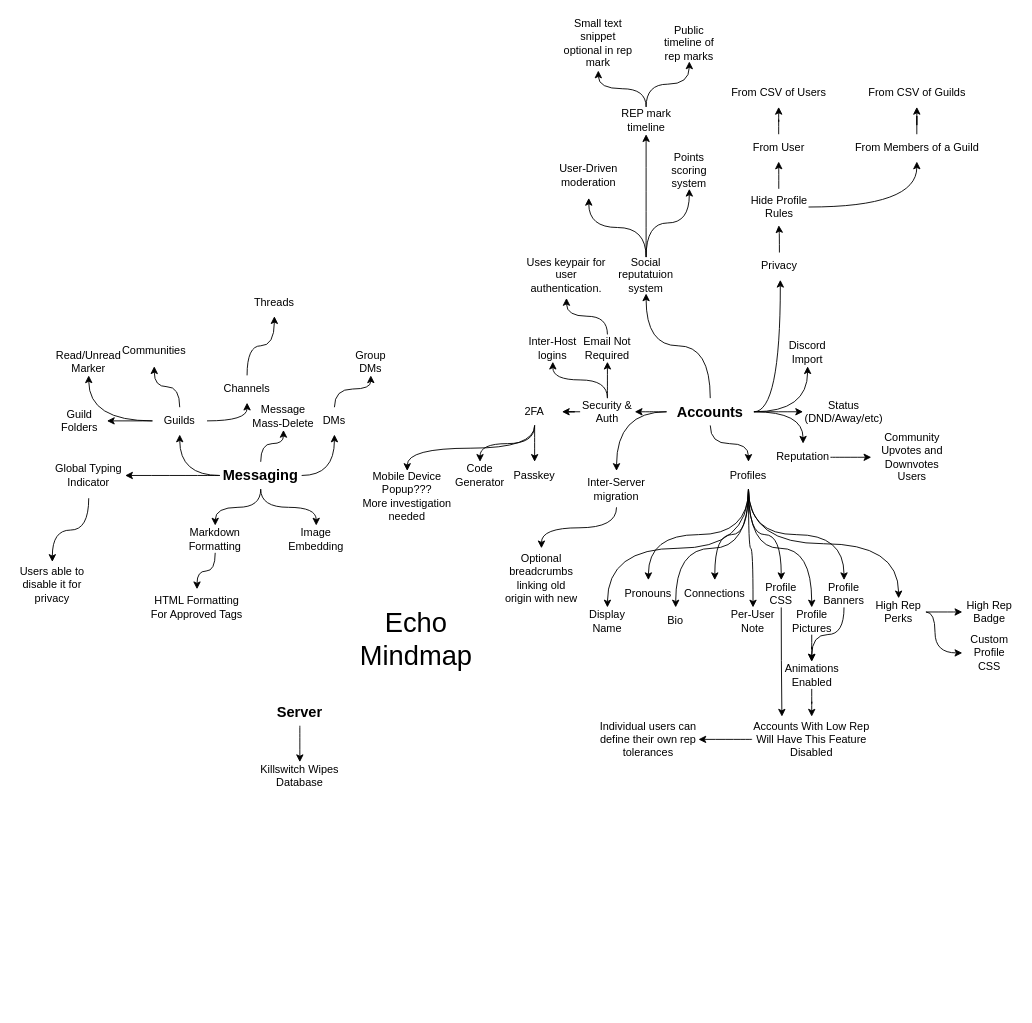
Above: static/drawio/Features Brainstorm.drawio in Echo-Chat-Systems/docs (draw.io), before the change. Source tidied: cells renumbered, new cells numbered last; positions are measured from the earlier drawing's top-left corner, leaving out a move shared by most shapes. Both pictures are drawn from the tidied source at 91%, with x=0, y=0 at pixel (15, 15).
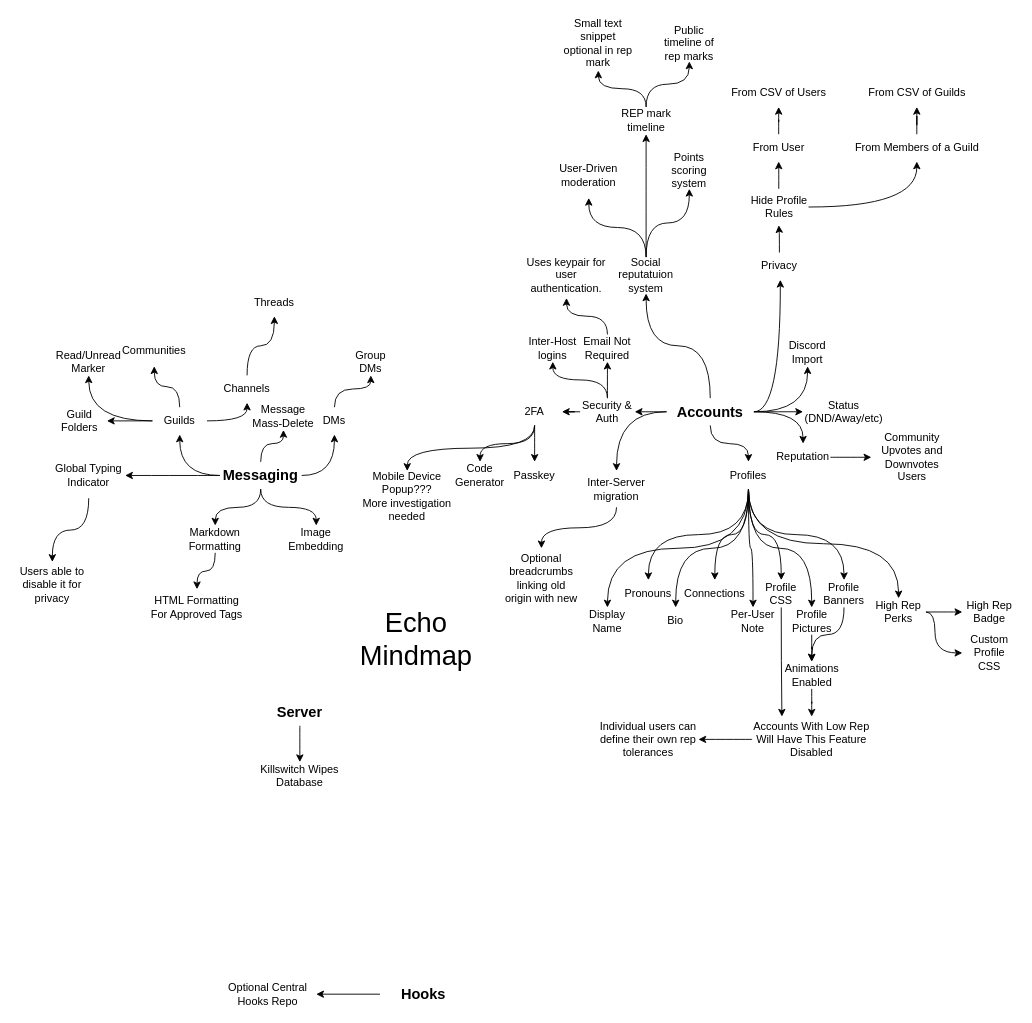
After the change.

Diff of the diagram source:
```diff
@@
+    <mxCell id="120" style="edgeStyle=orthogonalEdgeStyle;rounded=0;jettySize=auto;html=1;" parent="1" edge="1" source="121" target="122">
+      <mxGeometry relative="1" as="geometry" />
+    </mxCell>
+    <mxCell id="121" value="Hooks" style="text;html=1;align=center;verticalAlign=middle;whiteSpace=wrap;rounded=0;fontSize=16;fontStyle=1;" parent="1" vertex="1">
+      <mxGeometry x="400" y="1060" width="96" height="30" as="geometry" />
+    </mxCell>
+    <mxCell id="122" value="Optional Central Hooks Repo" style="text;html=1;align=center;verticalAlign=middle;whiteSpace=wrap;rounded=0;" parent="1" vertex="1">
+      <mxGeometry x="224" y="1060" width="106" height="30" as="geometry" />
+    </mxCell>
```
